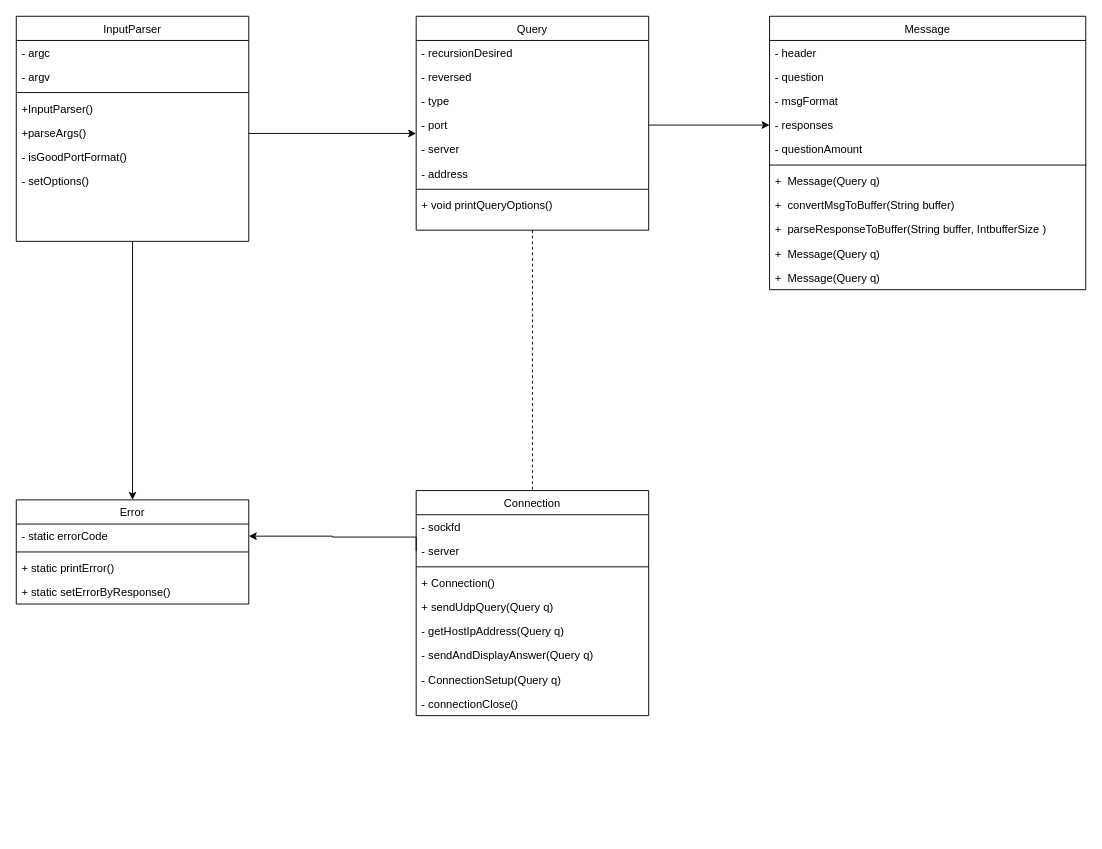
Above: doc/DNS_resolver.drawio in andrewp-dot/DNS-resolver (draw.io), before the change. Source tidied: cells renumbered, new cells numbered last; positions are measured from the earlier drawing's top-left corner, leaving out a move shared by most shapes. Both pictures are drawn from the tidied source at 93%, with x=0, y=0 at pixel (16, 16).
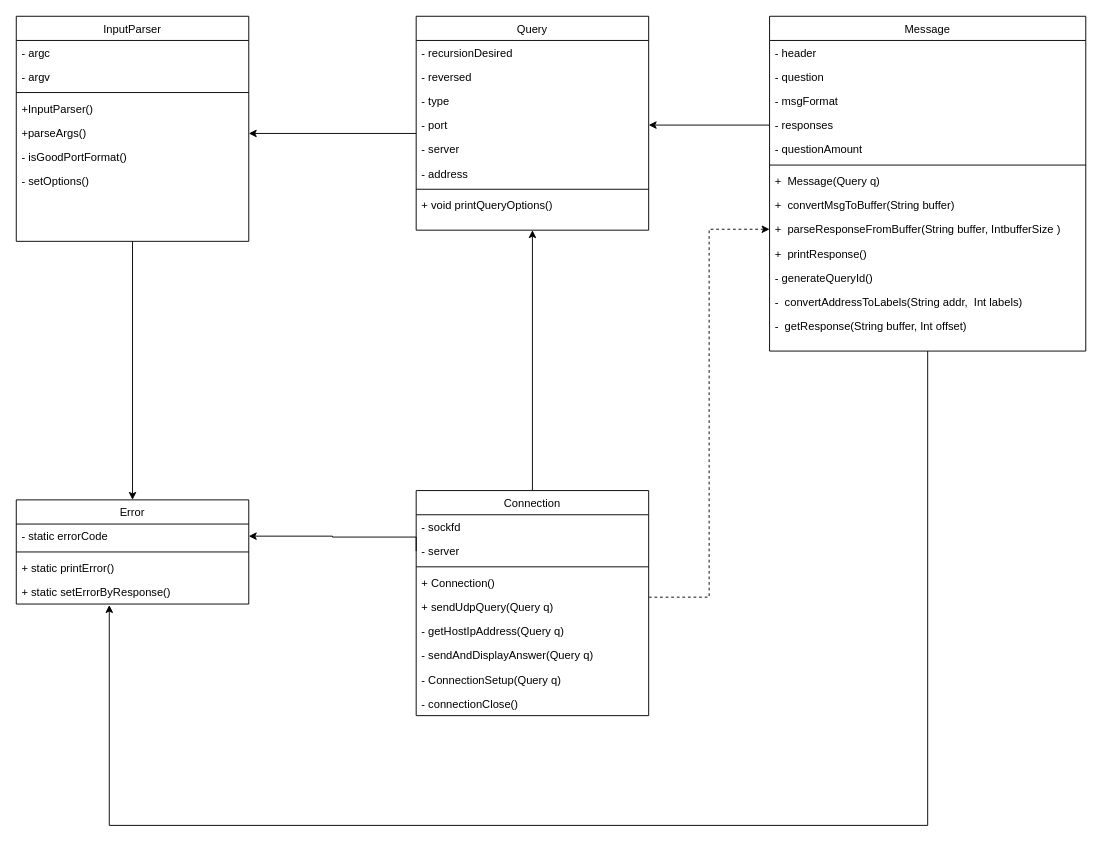
After the change.

The change refers to these unchanged cells:
```xml
<mxCell id="6" value="+ static setErrorByResponse()" style="text;align=left;verticalAlign=top;spacingLeft=4;spacingRight=4;overflow=hidden;points=[[0,0.5],[1,0.5]];portConstraint=eastwest;" parent="2" vertex="1">
  <mxGeometry y="86" width="250" height="26" as="geometry" />
</mxCell>
<mxCell id="8" value="Query" style="swimlane;fontStyle=0;align=center;verticalAlign=top;horizontal=1;startSize=26;rounded=0;shadow=0;strokeWidth=1;" parent="1" vertex="1">
  <mxGeometry x="430" width="250" height="230" as="geometry" />
</mxCell>
<mxCell id="12" value="- port " style="text;align=left;verticalAlign=top;spacingLeft=4;spacingRight=4;overflow=hidden;points=[[0,0.5],[1,0.5]];portConstraint=eastwest;" parent="8" vertex="1">
  <mxGeometry y="104" width="250" height="26" as="geometry" />
</mxCell>
<mxCell id="26" value="Connection" style="swimlane;fontStyle=0;align=center;verticalAlign=top;horizontal=1;startSize=26;rounded=0;shadow=0;strokeWidth=1;" parent="1" vertex="1">
  <mxGeometry x="430" y="510" width="250" height="242" as="geometry" />
</mxCell>
<mxCell id="31" value="+ sendUdpQuery(Query q)" style="text;align=left;verticalAlign=top;spacingLeft=4;spacingRight=4;overflow=hidden;points=[[0,0.5],[1,0.5]];portConstraint=eastwest;" parent="26" vertex="1">
  <mxGeometry y="112" width="250" height="26" as="geometry" />
</mxCell>
<mxCell id="41" value="- responses" style="text;align=left;verticalAlign=top;spacingLeft=4;spacingRight=4;overflow=hidden;points=[[0,0.5],[1,0.5]];portConstraint=eastwest;" parent="37" vertex="1">
  <mxGeometry y="104" width="340" height="26" as="geometry" />
</mxCell>
```

The edit, as a diff of the source:
```diff
@@
-    <mxCell id="7" style="edgeStyle=orthogonalEdgeStyle;rounded=0;jettySize=auto;html=1;entryX=0.5;entryY=0;entryDx=0;entryDy=0;endArrow=none;endFill=0;dashed=1;" parent="1" edge="1" source="8" target="26">
+    <mxCell id="7" style="edgeStyle=orthogonalEdgeStyle;rounded=0;jettySize=auto;html=1;entryX=0.5;entryY=0;entryDx=0;entryDy=0;endArrow=none;endFill=0;startArrow=classic;startFill=1;" parent="1" edge="1" source="8" target="26">
       <mxGeometry relative="1" as="geometry" />
     </mxCell>
@@
-    <mxCell id="36" style="edgeStyle=orthogonalEdgeStyle;rounded=0;orthogonalLoop=1;jettySize=auto;html=1;exitX=1;exitY=0.5;exitDx=0;exitDy=0;entryX=0;entryY=0.5;entryDx=0;entryDy=0;" parent="1" edge="1">
+    <mxCell id="36" style="edgeStyle=orthogonalEdgeStyle;rounded=0;orthogonalLoop=1;jettySize=auto;html=1;exitX=1;exitY=0.5;exitDx=0;exitDy=0;entryX=0;entryY=0.5;entryDx=0;entryDy=0;startArrow=classic;startFill=1;endArrow=none;endFill=0;" parent="1" edge="1">
       <mxGeometry relative="1" as="geometry">
         <mxPoint x="250" y="126" as="sourcePoint" />
         <mxPoint x="430" y="126" as="targetPoint" />
       </mxGeometry>
     </mxCell>
     <mxCell id="37" value="Message" style="swimlane;fontStyle=0;align=center;verticalAlign=top;horizontal=1;startSize=26;rounded=0;shadow=0;strokeWidth=1;" parent="1" vertex="1">
-      <mxGeometry x="810" width="340" height="294" as="geometry" />
+      <mxGeometry x="810" width="340" height="360" as="geometry" />
     </mxCell>
@@
-    <mxCell id="46" value="+  parseResponseToBuffer(String buffer, IntbufferSize )" style="text;align=left;verticalAlign=top;spacingLeft=4;spacingRight=4;overflow=hidden;points=[[0,0.5],[1,0.5]];portConstraint=eastwest;whiteSpace=wrap;" parent="37" vertex="1">
+    <mxCell id="46" value="+  parseResponseFromBuffer(String buffer, IntbufferSize )" style="text;align=left;verticalAlign=top;spacingLeft=4;spacingRight=4;overflow=hidden;points=[[0,0.5],[1,0.5]];portConstraint=eastwest;whiteSpace=wrap;" parent="37" vertex="1">
       <mxGeometry y="216" width="340" height="26" as="geometry" />
     </mxCell>
-    <mxCell id="47" value="+  Message(Query q)" style="text;align=left;verticalAlign=top;spacingLeft=4;spacingRight=4;overflow=hidden;" parent="37" vertex="1">
+    <mxCell id="47" value="+  printResponse()" style="text;align=left;verticalAlign=top;spacingLeft=4;spacingRight=4;overflow=hidden;" parent="37" vertex="1">
       <mxGeometry y="242" width="340" height="26" as="geometry" />
     </mxCell>
-    <mxCell id="48" value="+  Message(Query q)" style="text;align=left;verticalAlign=top;spacingLeft=4;spacingRight=4;overflow=hidden;" parent="37" vertex="1">
-      <mxGeometry y="268" width="340" height="26" as="geometry" />
-    </mxCell>
+    <mxCell id="51" value="- generateQueryId()" style="text;align=left;verticalAlign=top;spacingLeft=4;spacingRight=4;overflow=hidden;" parent="37" vertex="1">
+      <mxGeometry y="268" width="340" height="26" as="geometry" />
+    </mxCell>
+    <mxCell id="52" value="-  convertAddressToLabels(String addr,  Int labels)" style="text;align=left;verticalAlign=top;spacingLeft=4;spacingRight=4;overflow=hidden;" parent="37" vertex="1">
+      <mxGeometry y="294" width="340" height="26" as="geometry" />
+    </mxCell>
+    <mxCell id="53" value="-  getResponse(String buffer, Int offset)" style="text;align=left;verticalAlign=top;spacingLeft=4;spacingRight=4;overflow=hidden;" parent="37" vertex="1">
+      <mxGeometry y="320" width="340" height="26" as="geometry" />
+    </mxCell>
@@
-    <mxCell id="50" style="edgeStyle=orthogonalEdgeStyle;rounded=0;jettySize=auto;html=1;exitX=1;exitY=0.5;exitDx=0;exitDy=0;entryX=0;entryY=0.5;entryDx=0;entryDy=0;" parent="1" edge="1" source="12" target="41">
+    <mxCell id="50" style="edgeStyle=orthogonalEdgeStyle;rounded=0;jettySize=auto;html=1;exitX=1;exitY=0.5;exitDx=0;exitDy=0;entryX=0;entryY=0.5;entryDx=0;entryDy=0;startArrow=classic;startFill=1;endArrow=none;endFill=0;" parent="1" edge="1" source="12" target="41">
       <mxGeometry relative="1" as="geometry" />
     </mxCell>
+    <mxCell id="54" style="edgeStyle=orthogonalEdgeStyle;rounded=0;jettySize=auto;html=1;exitX=0.5;exitY=1;exitDx=0;exitDy=0;entryX=0.4;entryY=1.042;entryDx=0;entryDy=0;entryPerimeter=0;" parent="1" edge="1" source="37" target="6">
+      <mxGeometry relative="1" as="geometry">
+        <Array as="points">
+          <mxPoint x="980" y="870" />
+          <mxPoint x="100" y="870" />
+        </Array>
+      </mxGeometry>
+    </mxCell>
+    <mxCell id="55" style="edgeStyle=orthogonalEdgeStyle;rounded=0;jettySize=auto;html=1;exitX=0;exitY=0.5;exitDx=0;exitDy=0;entryX=1.002;entryY=0.101;entryDx=0;entryDy=0;entryPerimeter=0;startArrow=classic;startFill=1;endArrow=none;endFill=0;dashed=1;" parent="1" edge="1" source="46" target="31">
+      <mxGeometry relative="1" as="geometry" />
+    </mxCell>
```
